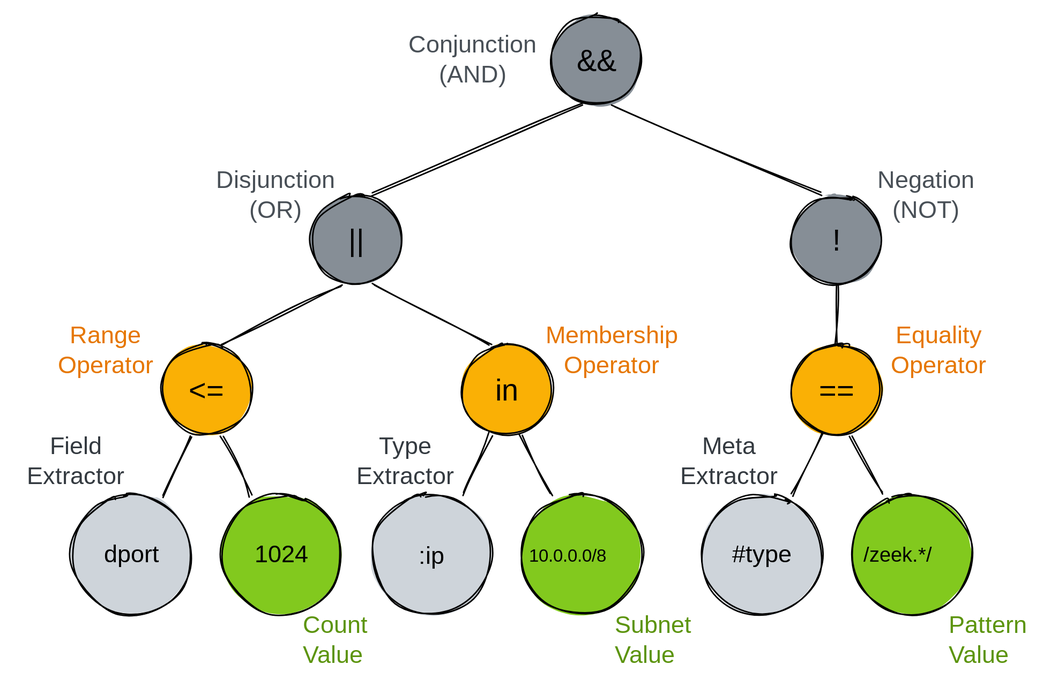
Above: web/docs/understand/language/expressions.excalidraw.svg in tenzir/tenzir (Excalidraw), before the change. Source tidied: one line per element, renumbered; positions are measured from the earlier drawing's top-left corner, leaving out a move shared by most shapes.
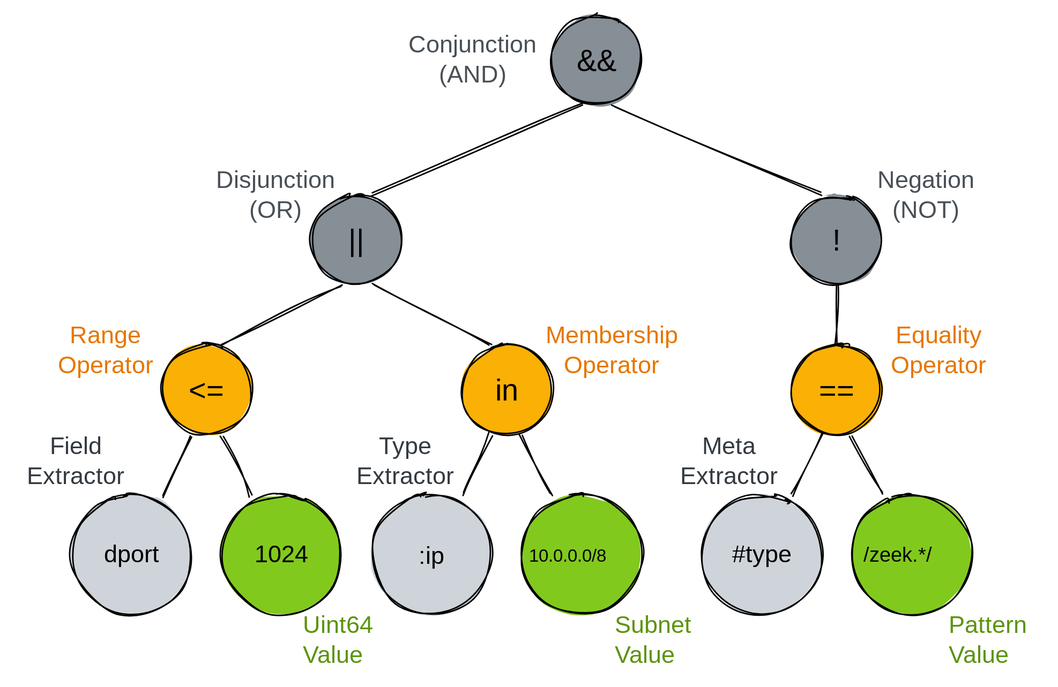
After the commit.

Commit message:
Fix type name in diagram

What changed in the source:
```diff
@@ -34,7 +34,7 @@
 {"id": 33, "type": "text", "text": "10.0.0.0/8", "strokeColor": "#000000", "backgroundColor": "#f1f2f2", "fillStyle": "solid", "strokeWidth": 1, "roughness": 1, "fontSize": 11.79, "fontFamily": 3, "x": 343, "y": 353, "width": 71, "height": 15}
 {"id": 34, "type": "text", "text": "/zeek.*/", "strokeColor": "#000000", "backgroundColor": "#f1f2f2", "fillStyle": "solid", "strokeWidth": 1, "roughness": 1, "fontSize": 13.49, "fontFamily": 3, "x": 566, "y": 352, "width": 65, "height": 16}
 {"id": 35, "type": "text", "text": "Meta\nExtractor", "strokeColor": "#343a40", "backgroundColor": "#fab005", "fillStyle": "solid", "strokeWidth": 1, "roughness": 1, "fontSize": 16, "fontFamily": 1, "textAlign": "center", "x": 436, "y": 279, "width": 81, "height": 40}
-{"id": 36, "type": "text", "text": "Count\nValue", "strokeColor": "#5c940d", "backgroundColor": "#fab005", "fillStyle": "solid", "strokeWidth": 1, "roughness": 1, "fontSize": 16, "fontFamily": 1, "x": 192, "y": 398, "width": 46, "height": 40}
+{"id": 36, "type": "text", "text": "Uint64\nValue", "strokeColor": "#5c940d", "backgroundColor": "#fab005", "fillStyle": "solid", "strokeWidth": 1, "roughness": 1, "fontSize": 16, "fontFamily": 1, "x": 192, "y": 398, "width": 53, "height": 40}
 {"id": 37, "type": "text", "text": "Type\nExtractor", "strokeColor": "#343a40", "backgroundColor": "#fab005", "fillStyle": "solid", "strokeWidth": 1, "roughness": 1, "fontSize": 16, "fontFamily": 1, "textAlign": "center", "x": 220, "y": 279, "width": 81, "height": 40}
 {"id": 38, "type": "text", "text": "Field\nExtractor", "strokeColor": "#343a40", "backgroundColor": "#fab005", "fillStyle": "solid", "strokeWidth": 1, "roughness": 1, "fontSize": 16, "fontFamily": 1, "textAlign": "center", "x": 0, "y": 279, "width": 81, "height": 40}
 {"id": 39, "type": "text", "text": "Conjunction\n(AND)", "strokeColor": "#495057", "backgroundColor": "#fab005", "fillStyle": "solid", "strokeWidth": 1, "roughness": 1, "fontSize": 16, "fontFamily": 1, "textAlign": "center", "x": 262, "y": 11, "width": 86, "height": 40}
```
